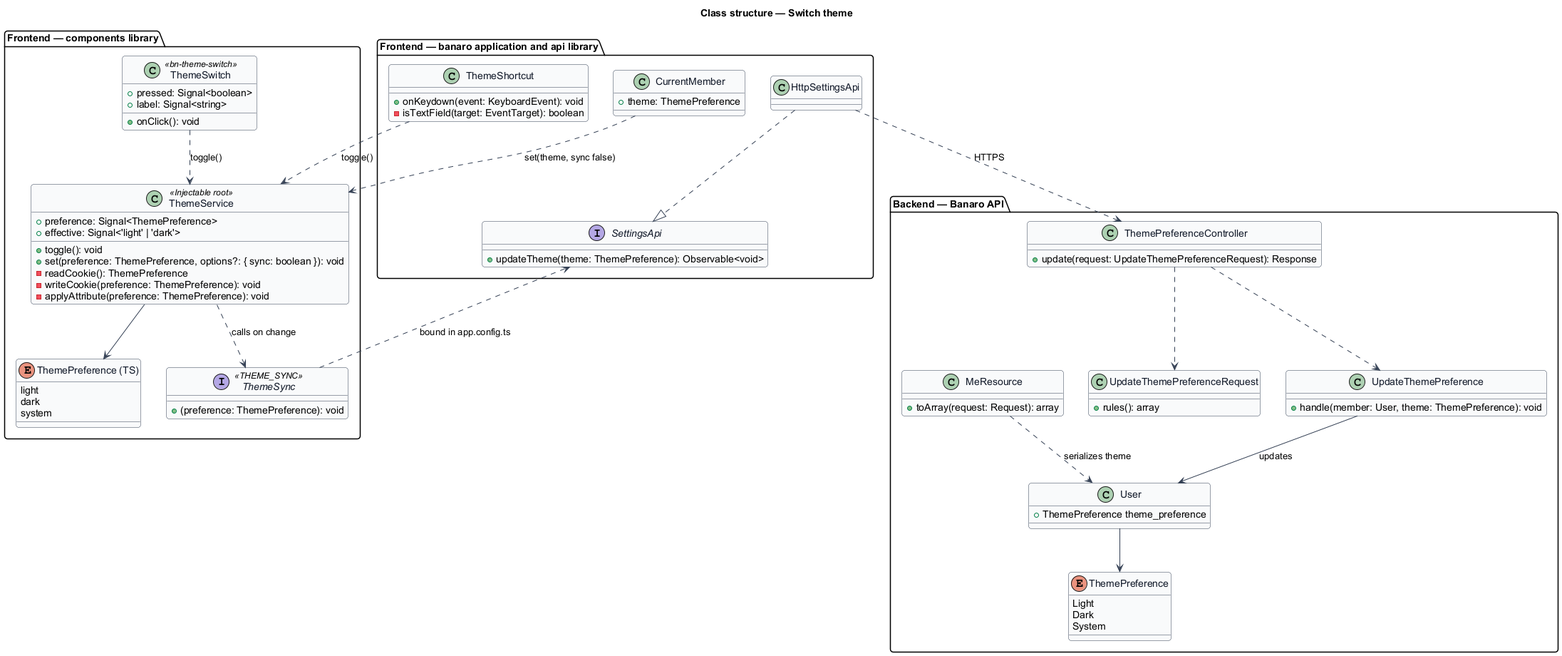
The PlantUML diagram docs/detailed-designs/user-experience/switch-theme/diagrams/class-structure.png in QuinntyneBrown/banaro, before a commit. The source it was exported from:
```plantuml
@startuml
skinparam backgroundColor #FFFFFF
skinparam shadowing false
skinparam roundcorner 8
skinparam defaultFontName Arial
skinparam ArrowColor #344054
skinparam class {
  BorderColor #344054
  FontColor #101828
  BackgroundColor #F9FAFB
}
title Class structure — Switch theme

package "Frontend — components library" {
  class ThemeService <<Injectable root>> {
    +preference: Signal<ThemePreference>
    +effective: Signal<'light' | 'dark'>
    +toggle(): void
    +set(preference: ThemePreference, options?: { sync: boolean }): void
    -readCookie(): ThemePreference
    -writeCookie(preference: ThemePreference): void
    -applyAttribute(preference: ThemePreference): void
  }
  class ThemeSwitch <<bn-theme-switch>> {
    +pressed: Signal<boolean>
    +label: Signal<string>
    +onClick(): void
  }
  interface ThemeSync <<THEME_SYNC>> {
    +(preference: ThemePreference): void
  }
  enum "ThemePreference (TS)" as ThemePreferenceTs {
    light
    dark
    system
  }
}

package "Frontend — banaro application and api library" {
  class ThemeShortcut {
    +onKeydown(event: KeyboardEvent): void
    -isTextField(target: EventTarget): boolean
  }
  interface SettingsApi {
    +updateTheme(theme: ThemePreference): Observable<void>
  }
  class HttpSettingsApi
  class CurrentMember {
    +theme: ThemePreference
  }
}

package "Backend — Banaro API" {
  class ThemePreferenceController {
    +update(request: UpdateThemePreferenceRequest): Response
  }
  class UpdateThemePreferenceRequest {
    +rules(): array
  }
  class UpdateThemePreference {
    +handle(member: User, theme: ThemePreference): void
  }
  enum ThemePreference {
    Light
    Dark
    System
  }
  class User {
    +ThemePreference theme_preference
  }
  class MeResource {
    +toArray(request: Request): array
  }
}

ThemeService --> ThemePreferenceTs
ThemeService ..> ThemeSync : calls on change
ThemeSwitch ..> ThemeService : toggle()
ThemeShortcut ..> ThemeService : toggle()
HttpSettingsApi ..|> SettingsApi
ThemeSync ..> SettingsApi : bound in app.config.ts
CurrentMember ..> ThemeService : set(theme, sync false)
HttpSettingsApi ..> ThemePreferenceController : HTTPS
ThemePreferenceController ..> UpdateThemePreferenceRequest
ThemePreferenceController ..> UpdateThemePreference
UpdateThemePreference --> User : updates
User --> ThemePreference
MeResource ..> User : serializes theme
@enduml
```
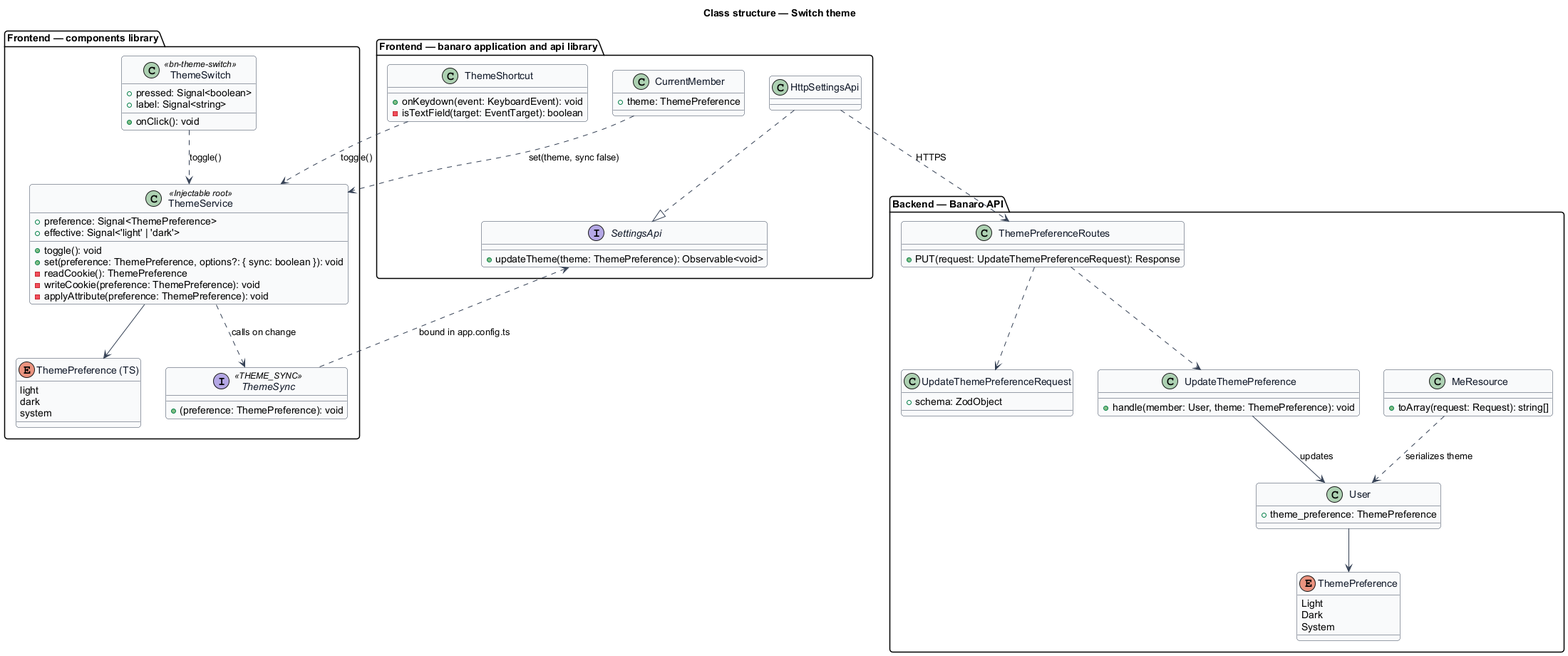
After the commit.

What changed in the source:
```diff
@@ -51,11 +51,11 @@
 }
 
 package "Backend — Banaro API" {
-  class ThemePreferenceController {
-    +update(request: UpdateThemePreferenceRequest): Response
+  class ThemePreferenceRoutes {
+    +PUT(request: UpdateThemePreferenceRequest): Response
   }
   class UpdateThemePreferenceRequest {
-    +rules(): array
+    +schema: ZodObject
   }
   class UpdateThemePreference {
     +handle(member: User, theme: ThemePreference): void
@@ -66,10 +66,10 @@
     System
   }
   class User {
-    +ThemePreference theme_preference
+    +theme_preference: ThemePreference
   }
   class MeResource {
-    +toArray(request: Request): array
+    +toArray(request: Request): string[]
   }
 }
 
@@ -80,9 +80,9 @@
 HttpSettingsApi ..|> SettingsApi
 ThemeSync ..> SettingsApi : bound in app.config.ts
 CurrentMember ..> ThemeService : set(theme, sync false)
-HttpSettingsApi ..> ThemePreferenceController : HTTPS
-ThemePreferenceController ..> UpdateThemePreferenceRequest
-ThemePreferenceController ..> UpdateThemePreference
+HttpSettingsApi ..> ThemePreferenceRoutes : HTTPS
+ThemePreferenceRoutes ..> UpdateThemePreferenceRequest
+ThemePreferenceRoutes ..> UpdateThemePreference
 UpdateThemePreference --> User : updates
 User --> ThemePreference
 MeResource ..> User : serializes theme
```
